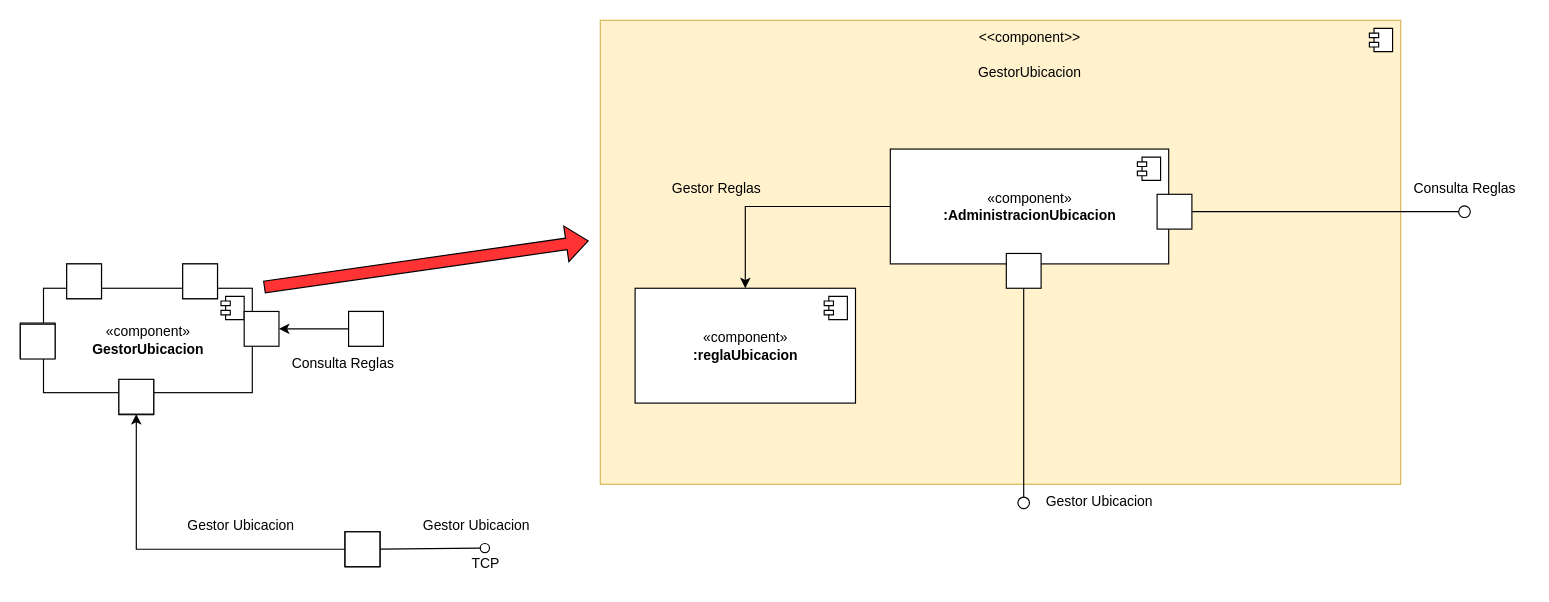
Above: MODELOS/Estilo modelo control de demanda recurso.drawio in david-lyon-uniandes/ABC-PROJECT-ARQUITECTURA (draw.io), before the change. Source tidied: cells renumbered, new cells numbered last; positions are measured from the earlier drawing's top-left corner, leaving out a move shared by most shapes. Both pictures are drawn from the tidied source at 116%, with x=0, y=0 at pixel (20, 20).
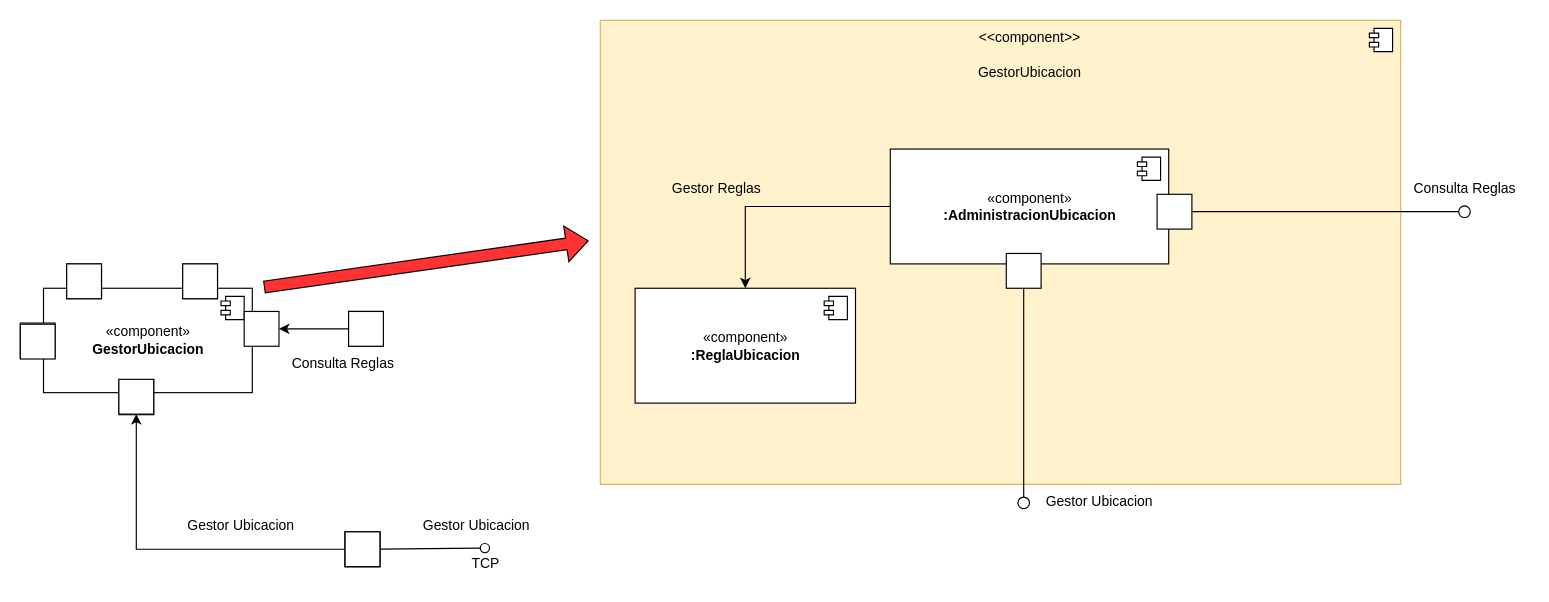
Above is the later version.

Change to the diagram source:
```diff
@@
-    <mxCell id="43" value="«component»&lt;br&gt;&lt;b&gt;:reglaUbicacion&lt;br&gt;&lt;/b&gt;" style="html=1;" parent="1" vertex="1">
+    <mxCell id="43" value="«component»&lt;br&gt;&lt;b&gt;:ReglaUbicacion&lt;br&gt;&lt;/b&gt;" style="html=1;" parent="1" vertex="1">
       <mxGeometry x="530" y="231" width="190" height="99" as="geometry" />
     </mxCell>
```
